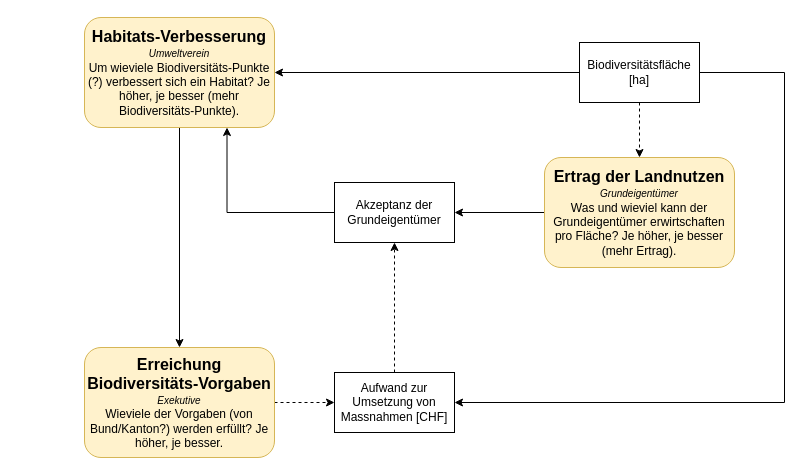
SimonZbinden/upl2 keeps this draw.io diagram as Simon_Biodiv_System.drawio. Above is the earlier version. Source tidied: cells renumbered, new cells numbered last; positions are measured from the earlier drawing's top-left corner, leaving out a move shared by most shapes. Both pictures are drawn from the tidied source at 100%, with x=0, y=0 at pixel (84, 17).
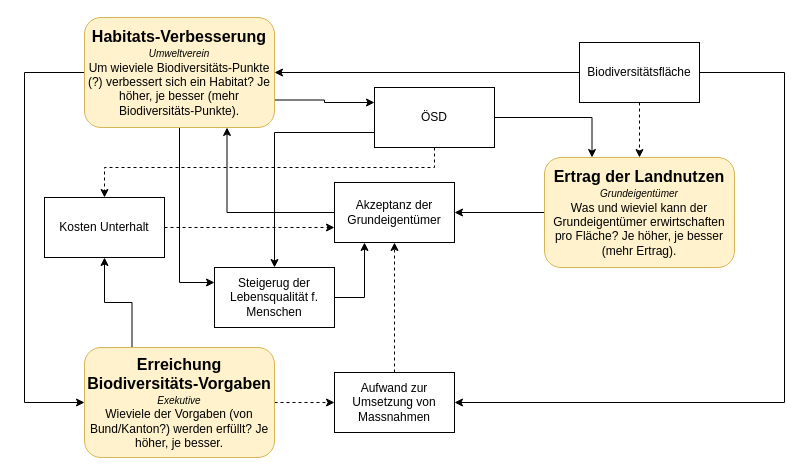
The same page after the edit.

Unchanged cells that the change refers to:
```xml
<mxCell id="3" value="&lt;b&gt;&lt;font style=&quot;font-size: 16px;&quot;&gt;Ertrag der Landnutzen&lt;/font&gt;&lt;/b&gt;&lt;div&gt;&lt;font size=&quot;1&quot;&gt;&lt;i&gt;Grundeigentümer&lt;/i&gt;&lt;/font&gt;&lt;br&gt;&lt;div&gt;Was und wieviel kann der Grundeigentümer erwirtschaften pro Fläche? Je höher, je besser (mehr Ertrag).&lt;/div&gt;&lt;/div&gt;" style="rounded=1;whiteSpace=wrap;html=1;fillColor=#fff2cc;strokeColor=#d6b656;" parent="1" vertex="1">
  <mxGeometry x="460" y="140" width="190" height="110" as="geometry" />
</mxCell>
<mxCell id="5" value="&lt;b&gt;&lt;font style=&quot;font-size: 16px;&quot;&gt;Habitats-Verbesserung&lt;/font&gt;&lt;/b&gt;&lt;div&gt;&lt;font size=&quot;1&quot;&gt;&lt;i&gt;Umweltverein&lt;/i&gt;&lt;/font&gt;&lt;br&gt;&lt;div&gt;Um wieviele Biodiversitäts-Punkte (?) verbessert sich ein Habitat? Je höher, je besser (mehr Biodiversitäts-Punkte).&lt;/div&gt;&lt;/div&gt;" style="rounded=1;whiteSpace=wrap;html=1;fillColor=#fff2cc;strokeColor=#d6b656;" parent="1" vertex="1">
  <mxGeometry width="190" height="110" as="geometry" />
</mxCell>
<mxCell id="7" value="&lt;b&gt;&lt;font style=&quot;font-size: 16px;&quot;&gt;Erreichung Biodiversitäts-Vorgaben&lt;/font&gt;&lt;/b&gt;&lt;div&gt;&lt;font size=&quot;1&quot;&gt;&lt;i&gt;Exekutive&lt;/i&gt;&lt;/font&gt;&lt;br&gt;&lt;div&gt;Wieviele der Vorgaben (von Bund/Kanton?) werden erfüllt? Je höher, je besser.&lt;/div&gt;&lt;/div&gt;" style="rounded=1;whiteSpace=wrap;html=1;fillColor=#fff2cc;strokeColor=#d6b656;" parent="1" vertex="1">
  <mxGeometry y="330" width="190" height="110" as="geometry" />
</mxCell>
<mxCell id="13" value="Akzeptanz der Grundeigentümer" style="rounded=0;whiteSpace=wrap;html=1;" parent="1" vertex="1">
  <mxGeometry x="250" y="165" width="120" height="60" as="geometry" />
</mxCell>
```

Change to the diagram source:
```diff
@@
-    <mxCell id="4" style="edgeStyle=orthogonalEdgeStyle;rounded=0;jettySize=auto;html=1;entryX=0.5;entryY=0;entryDx=0;entryDy=0;" parent="1" edge="1" source="5" target="7">
-      <mxGeometry relative="1" as="geometry" />
+    <mxCell id="4" style="edgeStyle=orthogonalEdgeStyle;rounded=0;jettySize=auto;html=1;entryX=0;entryY=0.5;entryDx=0;entryDy=0;" parent="1" edge="1" source="5" target="7">
+      <mxGeometry relative="1" as="geometry">
+        <Array as="points">
+          <mxPoint x="-60" y="55" />
+          <mxPoint x="-60" y="385" />
+        </Array>
+      </mxGeometry>
     </mxCell>
+    <mxCell id="16" style="edgeStyle=orthogonalEdgeStyle;rounded=0;jettySize=auto;html=1;entryX=0;entryY=0.25;entryDx=0;entryDy=0;exitX=1;exitY=0.75;exitDx=0;exitDy=0;" parent="1" edge="1" source="5" target="22">
+      <mxGeometry relative="1" as="geometry" />
+    </mxCell>
+    <mxCell id="17" style="edgeStyle=orthogonalEdgeStyle;rounded=0;jettySize=auto;html=1;entryX=0;entryY=0.25;entryDx=0;entryDy=0;" parent="1" edge="1" source="5" target="26">
+      <mxGeometry relative="1" as="geometry">
+        <Array as="points">
+          <mxPoint x="95" y="265" />
+        </Array>
+      </mxGeometry>
+    </mxCell>
@@
+    <mxCell id="18" style="edgeStyle=orthogonalEdgeStyle;rounded=0;jettySize=auto;html=1;entryX=0.5;entryY=1;entryDx=0;entryDy=0;exitX=0.25;exitY=0;exitDx=0;exitDy=0;" parent="1" edge="1" source="7" target="24">
+      <mxGeometry relative="1" as="geometry" />
+    </mxCell>
@@
-    <mxCell id="11" value="Biodiversitätsfläche&lt;div&gt;[ha]&lt;/div&gt;" style="rounded=0;whiteSpace=wrap;html=1;" parent="1" vertex="1">
+    <mxCell id="11" value="Biodiversitätsfläche" style="rounded=0;whiteSpace=wrap;html=1;" parent="1" vertex="1">
       <mxGeometry x="495" y="25" width="120" height="60" as="geometry" />
     </mxCell>
@@
-    <mxCell id="15" value="Aufwand zur Umsetzung von Massnahmen [CHF]" style="rounded=0;whiteSpace=wrap;html=1;" parent="1" vertex="1">
+    <mxCell id="15" value="Aufwand zur Umsetzung von Massnahmen" style="rounded=0;whiteSpace=wrap;html=1;" parent="1" vertex="1">
       <mxGeometry x="250" y="355" width="120" height="60" as="geometry" />
     </mxCell>
+    <mxCell id="19" style="edgeStyle=orthogonalEdgeStyle;rounded=0;jettySize=auto;html=1;entryX=0.25;entryY=0;entryDx=0;entryDy=0;" parent="1" edge="1" source="22" target="3">
+      <mxGeometry relative="1" as="geometry" />
+    </mxCell>
+    <mxCell id="20" style="edgeStyle=orthogonalEdgeStyle;rounded=0;jettySize=auto;html=1;entryX=0.5;entryY=0;entryDx=0;entryDy=0;dashed=1;" parent="1" edge="1" source="22" target="24">
+      <mxGeometry relative="1" as="geometry">
+        <Array as="points">
+          <mxPoint x="350" y="150" />
+          <mxPoint x="20" y="150" />
+        </Array>
+      </mxGeometry>
+    </mxCell>
+    <mxCell id="21" style="edgeStyle=orthogonalEdgeStyle;rounded=0;jettySize=auto;html=1;entryX=0.5;entryY=0;entryDx=0;entryDy=0;exitX=0;exitY=0.75;exitDx=0;exitDy=0;" parent="1" edge="1" source="22" target="26">
+      <mxGeometry relative="1" as="geometry" />
+    </mxCell>
+    <mxCell id="22" value="ÖSD" style="rounded=0;whiteSpace=wrap;html=1;" parent="1" vertex="1">
+      <mxGeometry x="290" y="70" width="120" height="60" as="geometry" />
+    </mxCell>
+    <mxCell id="23" style="edgeStyle=orthogonalEdgeStyle;rounded=0;jettySize=auto;html=1;entryX=0;entryY=0.75;entryDx=0;entryDy=0;dashed=1;" parent="1" edge="1" source="24" target="13">
+      <mxGeometry relative="1" as="geometry" />
+    </mxCell>
+    <mxCell id="24" value="Kosten Unterhalt" style="rounded=0;whiteSpace=wrap;html=1;" parent="1" vertex="1">
+      <mxGeometry x="-40" y="180" width="120" height="60" as="geometry" />
+    </mxCell>
+    <mxCell id="25" style="edgeStyle=orthogonalEdgeStyle;rounded=0;jettySize=auto;html=1;entryX=0.25;entryY=1;entryDx=0;entryDy=0;exitX=1;exitY=0.5;exitDx=0;exitDy=0;" parent="1" edge="1" source="26" target="13">
+      <mxGeometry relative="1" as="geometry" />
+    </mxCell>
+    <mxCell id="26" value="Steigerug der Lebensqualität f. Menschen" style="rounded=0;whiteSpace=wrap;html=1;" parent="1" vertex="1">
+      <mxGeometry x="130" y="250" width="120" height="60" as="geometry" />
+    </mxCell>
```
